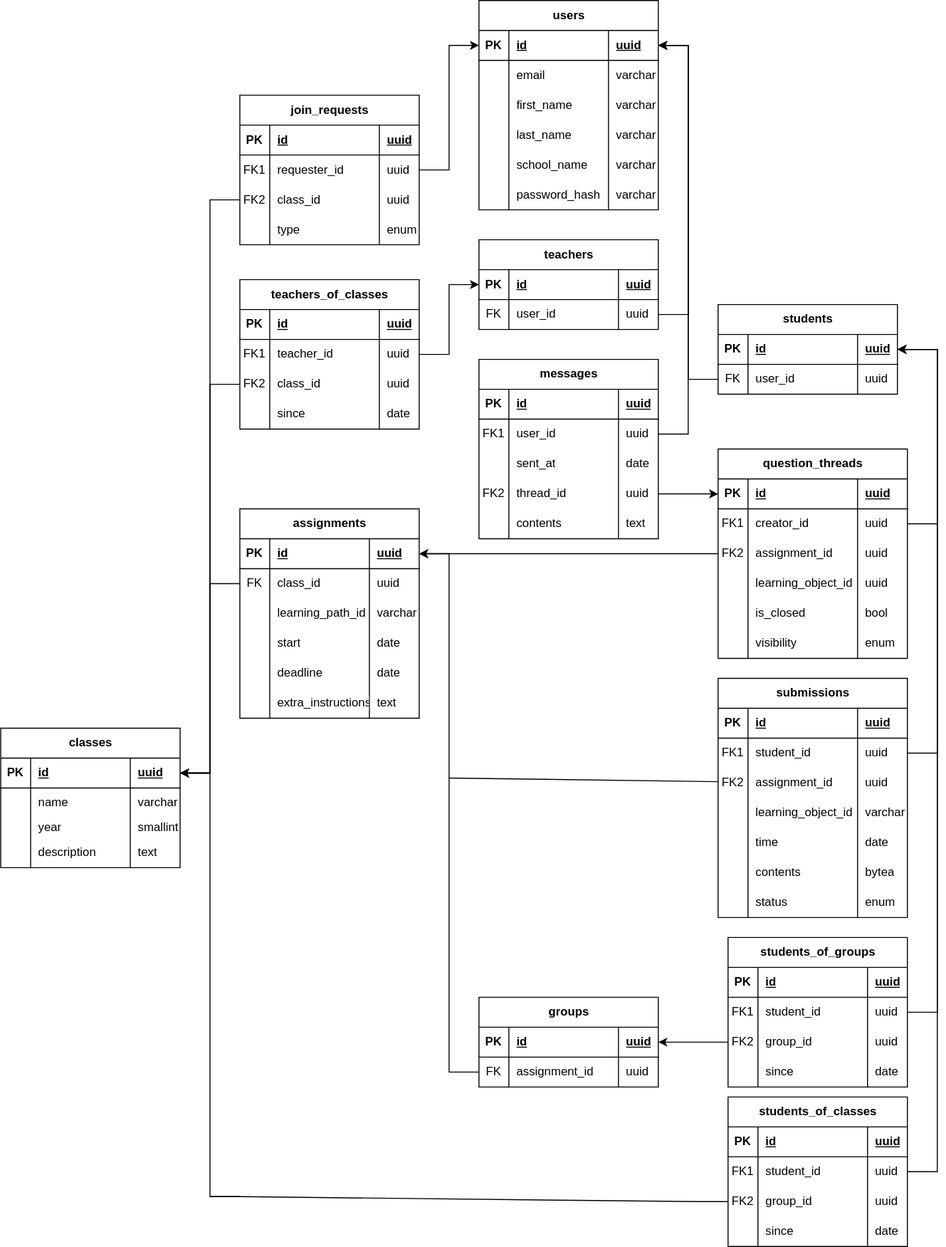
Above: backend/src/infrastructure/database/dwengo_database.drawio.svg in SELab-2/Dwengo-2 (draw.io), before the change. Source tidied: cells renumbered, new cells last; positions are measured from the earlier drawing's top-left corner, leaving out a move shared by most shapes.
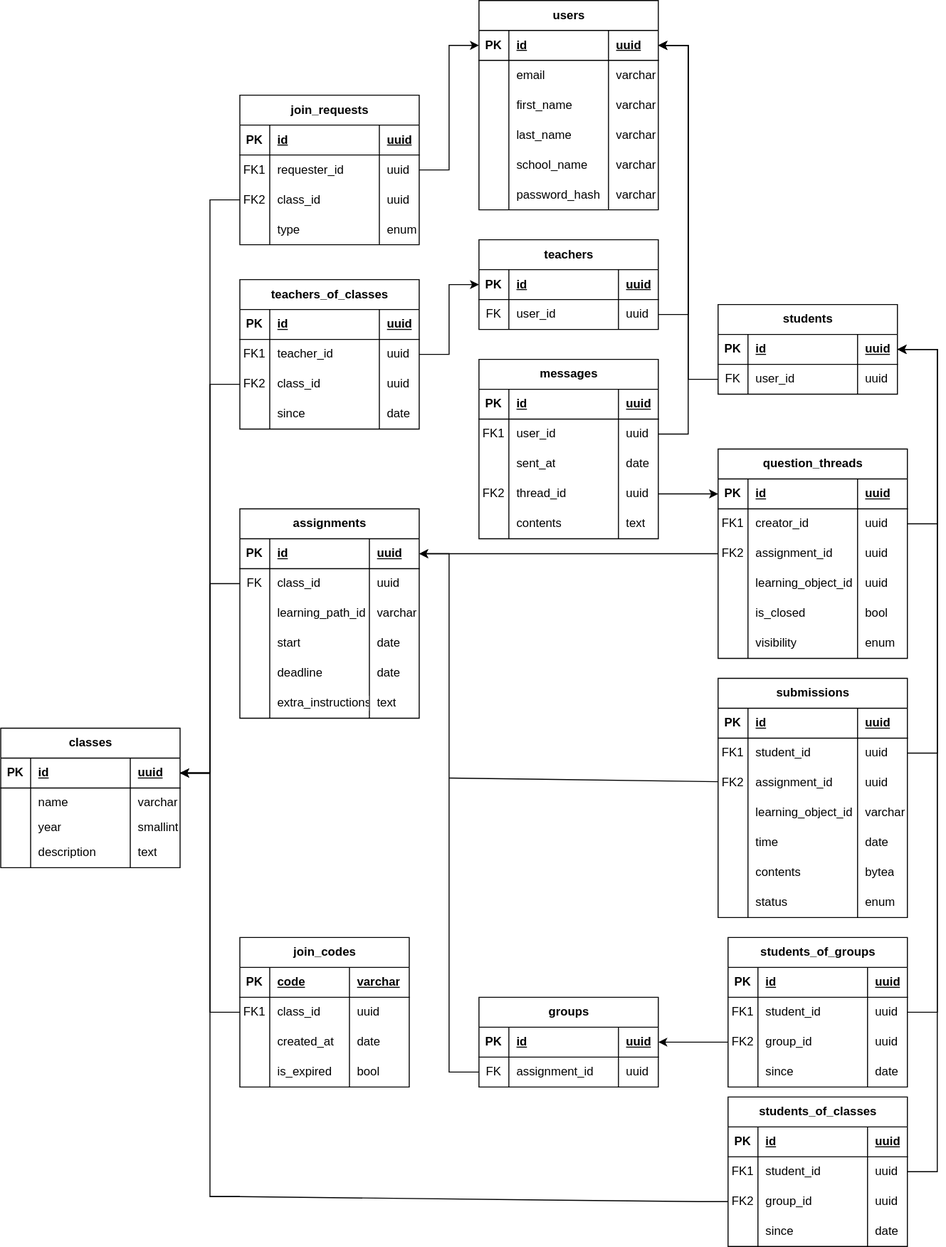
The same file after the commit.

The edit, as a diff of the source:
```diff
@@ -880,5 +880,59 @@
     <mxCell id="257" value="uuid" style="shape=partialRectangle;fillColor=none;top=0;left=0;bottom=0;right=0;align=left;spacingLeft=6;overflow=hidden;whiteSpace=wrap;html=1;" parent="254" vertex="1">
       <mxGeometry x="140" width="40" height="30" as="geometry" />
     </mxCell>
+    <mxCell id="258" value="join_codes" style="shape=table;startSize=30;rowLines=0;fontStyle=1;align=center;html=1;" parent="1" vertex="1">
+      <mxGeometry x="240" y="940" width="170" height="150" as="geometry" />
+    </mxCell>
+    <mxCell id="259" style="shape=tableRow;horizontal=0;startSize=0;swimlaneHead=0;swimlaneBody=0;fillColor=none;top=0;left=0;right=0;bottom=1;" parent="258" vertex="1">
+      <mxGeometry y="30" width="170" height="30" as="geometry" />
+    </mxCell>
+    <mxCell id="260" value="PK" style="shape=partialRectangle;fillColor=none;top=0;left=0;bottom=0;right=0;fontStyle=1;overflow=hidden;whiteSpace=wrap;html=1;" parent="259" vertex="1">
+      <mxGeometry width="30" height="30" as="geometry" />
+    </mxCell>
+    <mxCell id="261" value="code" style="shape=partialRectangle;fillColor=none;top=0;left=0;bottom=0;right=0;align=left;spacingLeft=6;fontStyle=5;overflow=hidden;whiteSpace=wrap;html=1;" parent="259" vertex="1">
+      <mxGeometry x="30" width="80" height="30" as="geometry" />
+    </mxCell>
+    <mxCell id="262" value="varchar" style="shape=partialRectangle;fillColor=none;top=0;left=0;bottom=0;right=0;align=left;spacingLeft=6;fontStyle=5;overflow=hidden;whiteSpace=wrap;html=1;" parent="259" vertex="1">
+      <mxGeometry x="110" width="60" height="30" as="geometry" />
+    </mxCell>
+    <mxCell id="263" style="shape=tableRow;horizontal=0;startSize=0;swimlaneHead=0;swimlaneBody=0;fillColor=none;points=[[0,0.5],[1,0.5]];portConstraint=eastwest;top=0;left=0;right=0;bottom=0;" parent="258" vertex="1">
+      <mxGeometry y="60" width="170" height="30" as="geometry" />
+    </mxCell>
+    <mxCell id="264" value="FK1" style="shape=partialRectangle;fillColor=none;top=0;left=0;bottom=0;right=0;overflow=hidden;whiteSpace=wrap;html=1;" parent="263" vertex="1">
+      <mxGeometry width="30" height="30" as="geometry" />
+    </mxCell>
+    <mxCell id="265" value="class_id" style="shape=partialRectangle;fillColor=none;top=0;left=0;bottom=0;right=0;align=left;spacingLeft=6;overflow=hidden;whiteSpace=wrap;html=1;" parent="263" vertex="1">
+      <mxGeometry x="30" width="80" height="30" as="geometry" />
+    </mxCell>
+    <mxCell id="266" value="uuid" style="shape=partialRectangle;fillColor=none;top=0;left=0;bottom=0;right=0;align=left;spacingLeft=6;overflow=hidden;whiteSpace=wrap;html=1;" parent="263" vertex="1">
+      <mxGeometry x="110" width="60" height="30" as="geometry" />
+    </mxCell>
+    <mxCell id="267" style="shape=tableRow;horizontal=0;startSize=0;swimlaneHead=0;swimlaneBody=0;fillColor=none;top=0;left=0;right=0;bottom=0;" parent="258" vertex="1">
+      <mxGeometry y="90" width="170" height="30" as="geometry" />
+    </mxCell>
+    <mxCell id="268" style="shape=partialRectangle;fillColor=none;top=0;left=0;bottom=0;right=0;overflow=hidden;whiteSpace=wrap;html=1;" parent="267" vertex="1">
+      <mxGeometry width="30" height="30" as="geometry" />
+    </mxCell>
+    <mxCell id="269" value="created_at" style="shape=partialRectangle;fillColor=none;top=0;left=0;bottom=0;right=0;align=left;spacingLeft=6;overflow=hidden;whiteSpace=wrap;html=1;" parent="267" vertex="1">
+      <mxGeometry x="30" width="80" height="30" as="geometry" />
+    </mxCell>
+    <mxCell id="270" value="date" style="shape=partialRectangle;fillColor=none;top=0;left=0;bottom=0;right=0;align=left;spacingLeft=6;overflow=hidden;whiteSpace=wrap;html=1;" parent="267" vertex="1">
+      <mxGeometry x="110" width="60" height="30" as="geometry" />
+    </mxCell>
+    <mxCell id="271" style="shape=tableRow;horizontal=0;startSize=0;swimlaneHead=0;swimlaneBody=0;fillColor=none;top=0;left=0;right=0;bottom=0;" parent="258" vertex="1">
+      <mxGeometry y="120" width="170" height="30" as="geometry" />
+    </mxCell>
+    <mxCell id="272" style="shape=partialRectangle;fillColor=none;top=0;left=0;bottom=0;right=0;overflow=hidden;whiteSpace=wrap;html=1;" parent="271" vertex="1">
+      <mxGeometry width="30" height="30" as="geometry" />
+    </mxCell>
+    <mxCell id="273" value="is_expired" style="shape=partialRectangle;fillColor=none;top=0;left=0;bottom=0;right=0;align=left;spacingLeft=6;overflow=hidden;whiteSpace=wrap;html=1;" parent="271" vertex="1">
+      <mxGeometry x="30" width="80" height="30" as="geometry" />
+    </mxCell>
+    <mxCell id="274" value="bool" style="shape=partialRectangle;fillColor=none;top=0;left=0;bottom=0;right=0;align=left;spacingLeft=6;overflow=hidden;whiteSpace=wrap;html=1;" parent="271" vertex="1">
+      <mxGeometry x="110" width="60" height="30" as="geometry" />
+    </mxCell>
+    <mxCell id="275" style="endArrow=none;html=1;rounded=0;strokeColor=default;align=center;verticalAlign=middle;fontFamily=Helvetica;fontSize=12;fontColor=default;labelBackgroundColor=default;edgeStyle=entityRelationEdgeStyle;" parent="1" edge="1" source="31" target="263">
+      <mxGeometry relative="1" as="geometry" />
+    </mxCell>
   </root>
 </mxGraphModel>
```
